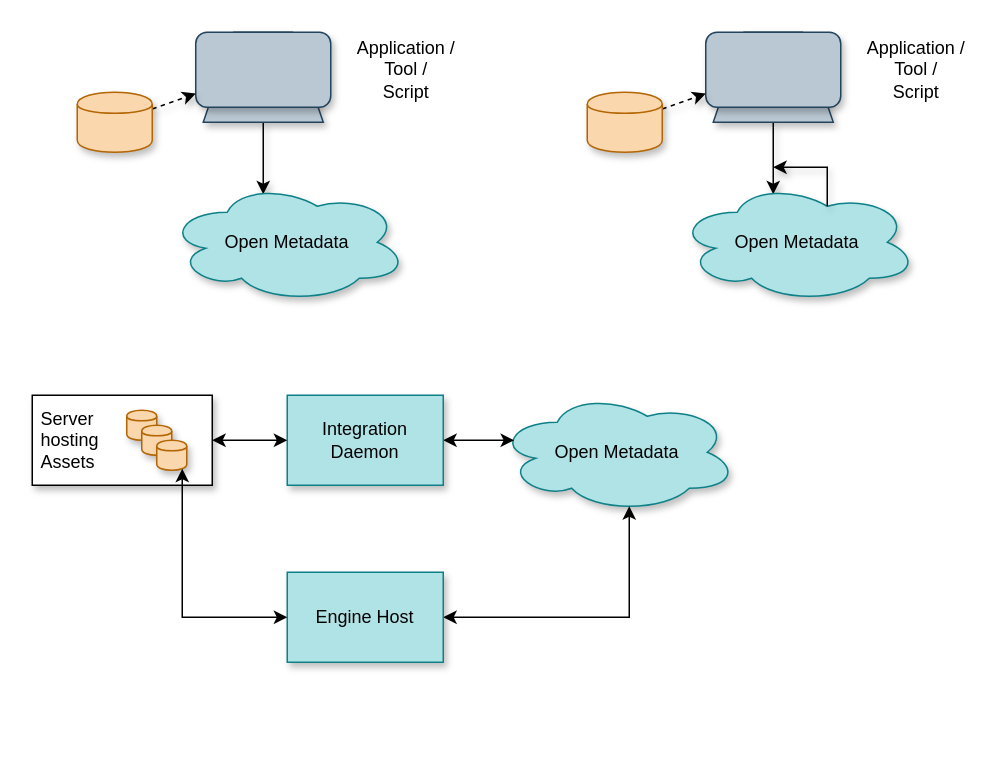
Earlier version of the draw.io diagram page "catalog-automation" (3 of 8) of site/docs/patterns/metadata-manager/cataloging-assets.drawio (odpi/egeria-docs). Source tidied: cells renumbered, new cells numbered last; positions are measured from the earlier drawing's top-left corner, leaving out a move shared by most shapes. Both pictures are drawn from the tidied source at 150%, with x=0, y=0 at pixel (32, 32).
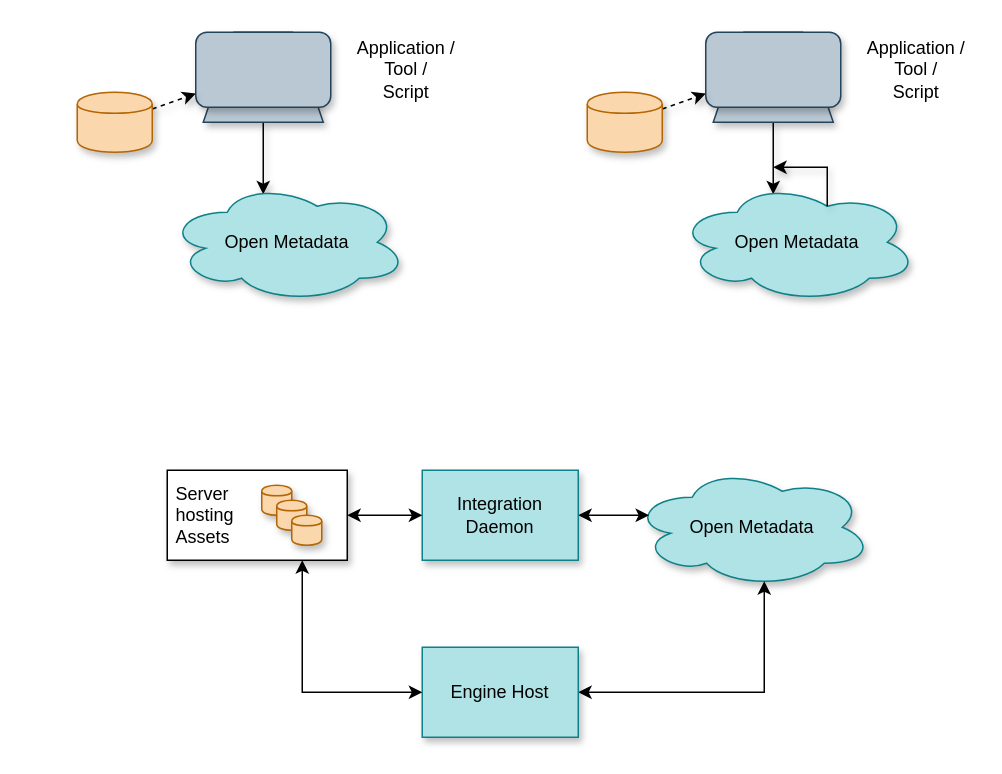
The same page after the edit.

Change to the diagram source:
```diff
@@
     <mxCell id="17" value="Open Metadata" style="ellipse;shape=cloud;whiteSpace=wrap;html=1;fillColor=#b0e3e6;strokeColor=#0e8088;shadow=1;" parent="1" vertex="1">
-      <mxGeometry x="310" y="240" width="160" height="80" as="geometry" />
+      <mxGeometry x="400" y="290" width="160" height="80" as="geometry" />
     </mxCell>
@@
     <mxCell id="19" value="Integration&lt;br&gt;Daemon" style="rounded=0;whiteSpace=wrap;html=1;fillColor=#b0e3e6;strokeColor=#0e8088;shadow=1;" parent="1" vertex="1">
-      <mxGeometry x="170" y="242" width="104" height="60" as="geometry" />
+      <mxGeometry x="260" y="292" width="104" height="60" as="geometry" />
     </mxCell>
@@
     <mxCell id="21" value="Server&lt;br&gt;hosting&lt;br&gt;Assets" style="rounded=0;whiteSpace=wrap;html=1;align=left;spacingLeft=4;shadow=1;" parent="1" vertex="1">
-      <mxGeometry y="242" width="120" height="60" as="geometry" />
+      <mxGeometry x="90" y="292" width="120" height="60" as="geometry" />
     </mxCell>
     <mxCell id="22" style="shape=cylinder;whiteSpace=wrap;html=1;boundedLbl=1;backgroundOutline=1;fillColor=#fad7ac;strokeColor=#b46504;shadow=1;" parent="1" vertex="1">
-      <mxGeometry x="63" y="252" width="20" height="20" as="geometry" />
+      <mxGeometry x="153" y="302" width="20" height="20" as="geometry" />
     </mxCell>
     <mxCell id="23" style="shape=cylinder;whiteSpace=wrap;html=1;boundedLbl=1;backgroundOutline=1;fillColor=#fad7ac;strokeColor=#b46504;shadow=1;" parent="1" vertex="1">
-      <mxGeometry x="73" y="262" width="20" height="20" as="geometry" />
+      <mxGeometry x="163" y="312" width="20" height="20" as="geometry" />
     </mxCell>
     <mxCell id="24" style="shape=cylinder;whiteSpace=wrap;html=1;boundedLbl=1;backgroundOutline=1;fillColor=#fad7ac;strokeColor=#b46504;shadow=1;" parent="1" vertex="1">
-      <mxGeometry x="83" y="272" width="20" height="20" as="geometry" />
+      <mxGeometry x="173" y="322" width="20" height="20" as="geometry" />
     </mxCell>
@@
     <mxCell id="26" value="Engine Host" style="rounded=0;whiteSpace=wrap;html=1;fillColor=#b0e3e6;strokeColor=#0e8088;shadow=1;" parent="1" vertex="1">
-      <mxGeometry x="170" y="360" width="104" height="60" as="geometry" />
+      <mxGeometry x="260" y="410" width="104" height="60" as="geometry" />
     </mxCell>
-    <mxCell id="27" style="edgeStyle=orthogonalEdgeStyle;rounded=0;jettySize=auto;html=1;entryX=0;entryY=0.5;entryDx=0;entryDy=0;startArrow=classic;startFill=1;exitX=0.85;exitY=0.95;exitDx=0;exitDy=0;shadow=0;exitPerimeter=0;" parent="1" edge="1" source="24" target="26">
+    <mxCell id="27" style="edgeStyle=orthogonalEdgeStyle;rounded=0;jettySize=auto;html=1;entryX=0;entryY=0.5;entryDx=0;entryDy=0;startArrow=classic;startFill=1;exitX=0.75;exitY=1;exitDx=0;exitDy=0;shadow=0;" parent="1" edge="1" source="21" target="26">
       <mxGeometry relative="1" as="geometry" />
     </mxCell>
```
